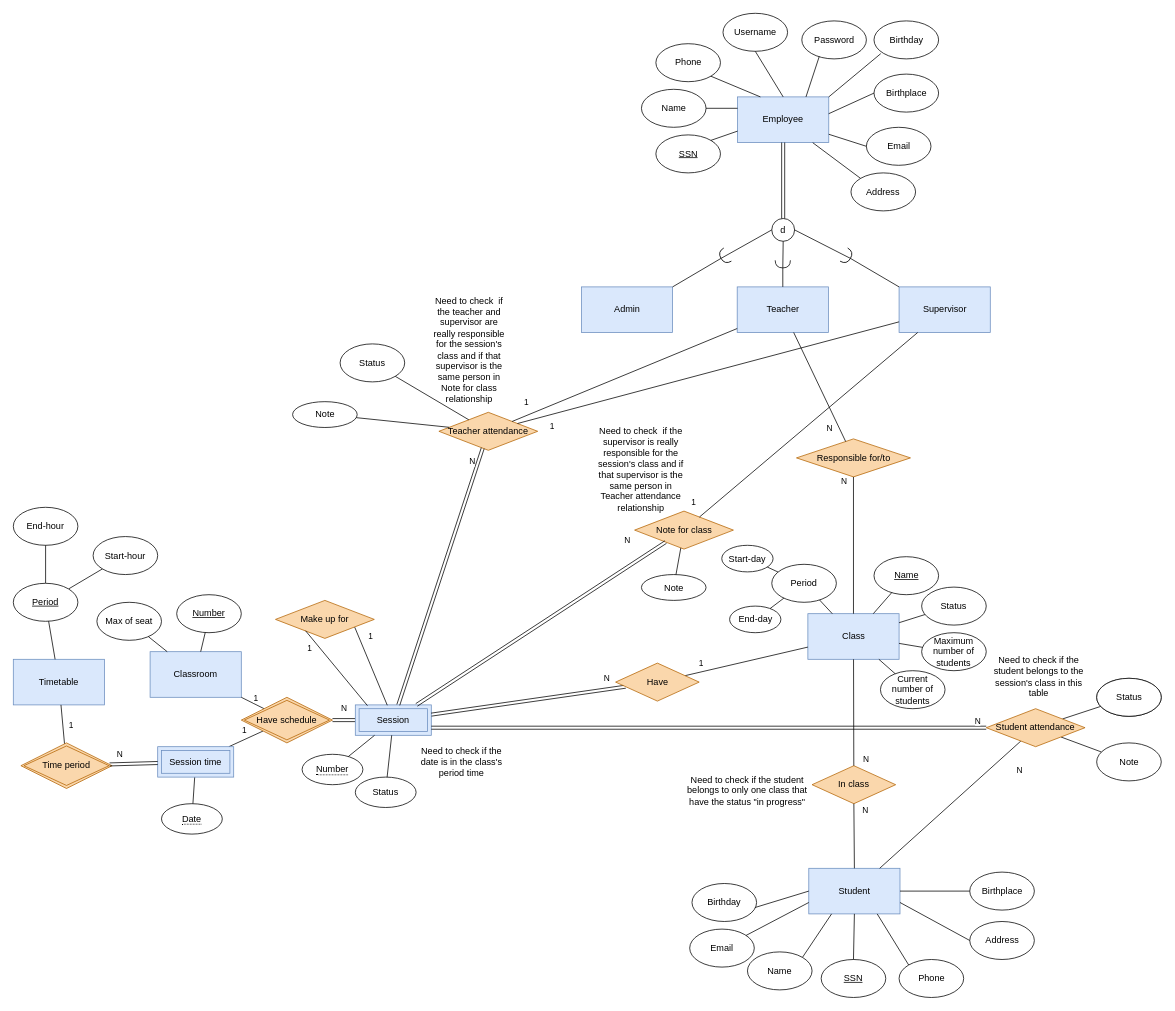
Before: page "Main" (1 of 2) of Week 3/ERD.drawio in astr0tas/English-Center-Attendance-Check, a draw.io diagram. Source tidied: cells renumbered, new cells numbered last; positions are measured from the earlier drawing's top-left corner, leaving out a move shared by most shapes. Both pictures are drawn from the tidied source at 76%, with x=0, y=0 at pixel (13, 13).
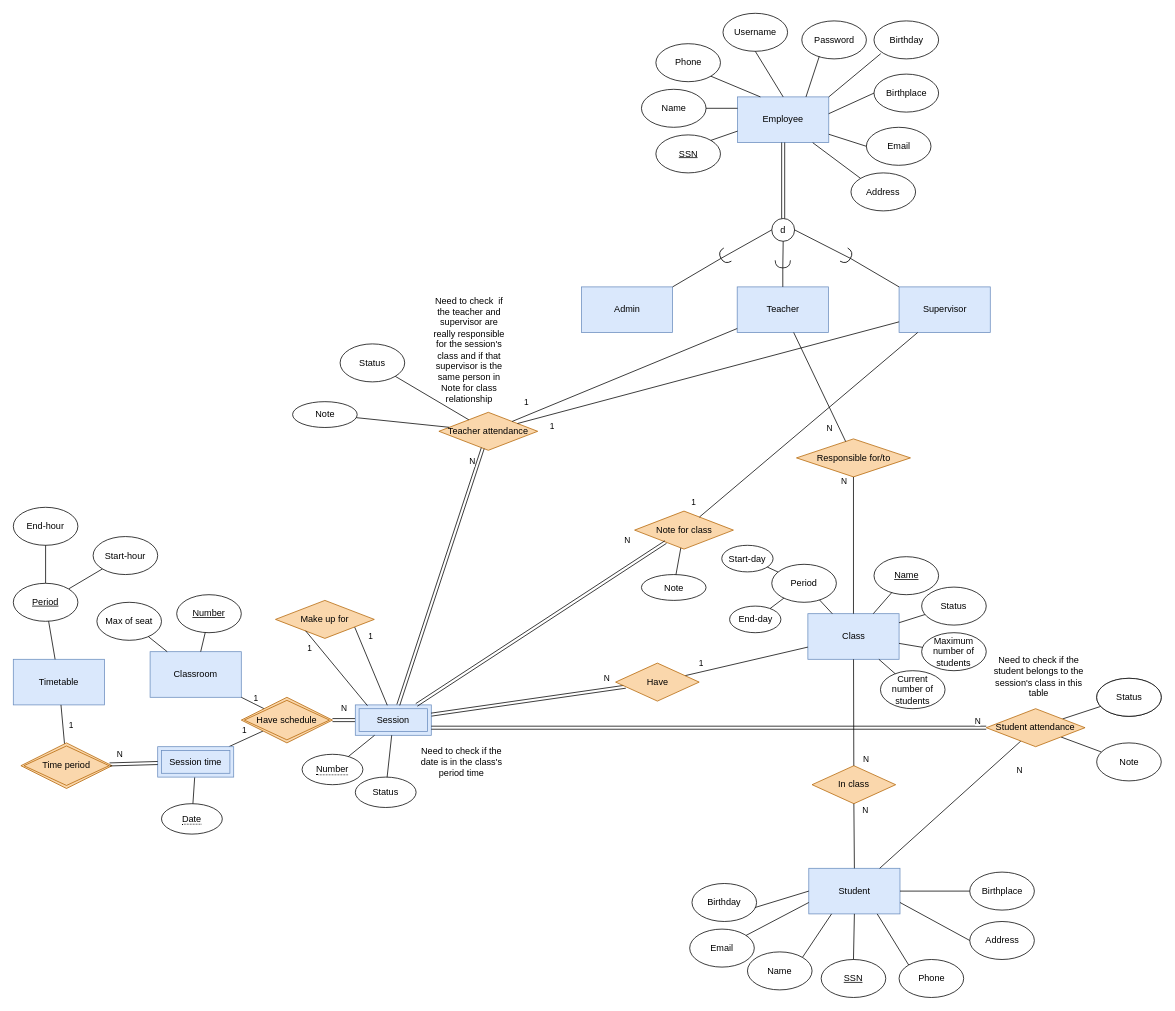
Above is the later version.

Change to the diagram source:
```diff
@@
-    <mxCell id="92" value="Need to check if the student belongs to only one class that have the status &quot;in progress&quot;" style="text;html=1;strokeColor=none;fillColor=none;align=center;verticalAlign=middle;whiteSpace=wrap;rounded=0;" parent="1" vertex="1">
-      <mxGeometry x="881" y="1000" width="170" height="45" as="geometry" />
-    </mxCell>
@@
-    <mxCell id="122" value="Need to check&amp;nbsp; if the supervisor is really responsible for the session's class and if that supervisor is the same person in Teacher attendance relationship" style="text;html=1;strokeColor=none;fillColor=none;align=center;verticalAlign=middle;whiteSpace=wrap;rounded=0;" parent="1" vertex="1">
-      <mxGeometry x="761.9" y="585" width="128.1" height="30" as="geometry" />
-    </mxCell>
```
